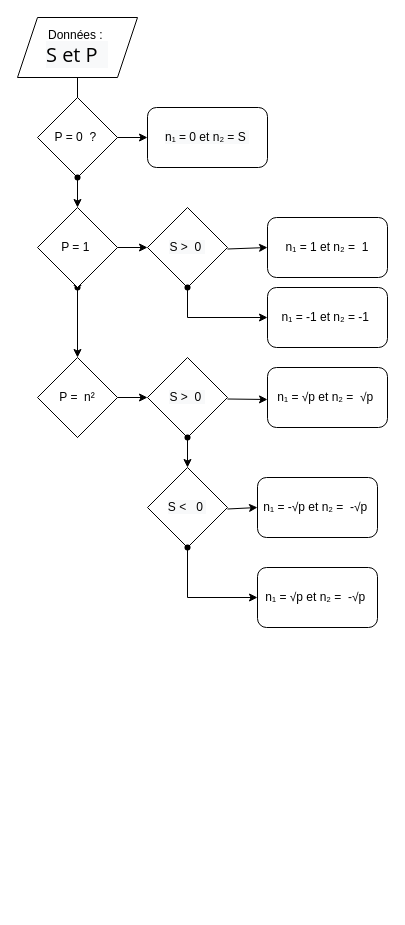
The draw.io diagram Algorithmique/Figures/Deroule.drawio in dhenin/Repository, before the edit. Source tidied: cells renumbered, new cells numbered last; positions are measured from the earlier drawing's top-left corner, leaving out a move shared by most shapes. Both pictures are drawn from the tidied source at 100%, with x=0, y=0 at pixel (17, 17).
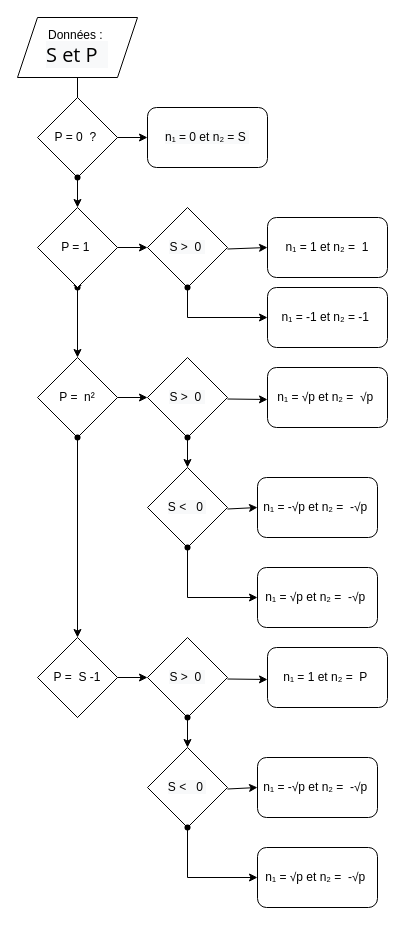
After the change.

Commit message (it also covers changes not shown here):
Mettre à jour Deroule.drawio

What changed in the source:
```diff
@@
+    <mxCell id="35" style="endArrow=classic;html=1;rounded=0;exitDx=0;exitDy=0;" parent="1" edge="1" source="48">
+      <mxGeometry relative="1" as="geometry">
+        <mxPoint x="59.5" y="695" as="targetPoint" />
+        <Array as="points">
+          <mxPoint x="60" y="670" />
+        </Array>
+      </mxGeometry>
+    </mxCell>
+    <mxCell id="36" style="endArrow=classic;html=1;rounded=0;exitX=1;exitY=0.5;exitDx=0;exitDy=0;" parent="1" edge="1" source="48" target="37">
+      <mxGeometry relative="1" as="geometry" />
+    </mxCell>
+    <mxCell id="37" value="&lt;span style=&quot;color: rgb(0, 0, 0); font-family: Helvetica, &amp;quot;VP Default&amp;quot;; font-size: 12px; font-style: normal; font-variant-ligatures: normal; font-variant-caps: normal; font-weight: 400; letter-spacing: normal; orphans: 2; text-align: center; text-indent: 0px; text-transform: none; widows: 2; word-spacing: 0px; -webkit-text-stroke-width: 0px; background-color: rgb(248, 249, 250); text-decoration-thickness: initial; text-decoration-style: initial; text-decoration-color: initial; float: none; display: inline !important;&quot;&gt;S &amp;gt;&amp;nbsp; 0&amp;nbsp;&lt;/span&gt;" style="rhombus;whiteSpace=wrap;html=1;" parent="1" vertex="1">
+      <mxGeometry x="130" y="620" width="80" height="80" as="geometry" />
+    </mxCell>
+    <mxCell id="38" style="shape=waypoint;sketch=0;fillStyle=solid;size=6;fillColor=none;perimeter=centerPerimeter;" parent="1" vertex="1">
+      <mxGeometry x="160" y="690" width="20" height="20" as="geometry" />
+    </mxCell>
+    <mxCell id="39" value="n₁ = 1 et n₂ =&amp;nbsp; P&amp;nbsp;" style="rounded=1;whiteSpace=wrap;html=1;" parent="1" vertex="1">
+      <mxGeometry x="250" y="630" width="120" height="60" as="geometry" />
+    </mxCell>
+    <mxCell id="40" style="endArrow=classic;html=1;rounded=0;exitX=1;exitY=0.5;exitDx=0;exitDy=0;" parent="1" edge="1">
+      <mxGeometry relative="1" as="geometry">
+        <mxPoint x="210" y="661.5" as="sourcePoint" />
+        <mxPoint x="250" y="662" as="targetPoint" />
+      </mxGeometry>
+    </mxCell>
+    <mxCell id="41" value="n₁ = -√p et n₂ =&amp;nbsp; -√p&amp;nbsp;" style="rounded=1;whiteSpace=wrap;html=1;" parent="1" vertex="1">
+      <mxGeometry x="240" y="740" width="120" height="60" as="geometry" />
+    </mxCell>
+    <mxCell id="42" value="&lt;span style=&quot;color: rgb(0, 0, 0); font-family: Helvetica, &amp;quot;VP Default&amp;quot;; font-size: 12px; font-style: normal; font-variant-ligatures: normal; font-variant-caps: normal; font-weight: 400; letter-spacing: normal; orphans: 2; text-align: center; text-indent: 0px; text-transform: none; widows: 2; word-spacing: 0px; -webkit-text-stroke-width: 0px; background-color: rgb(248, 249, 250); text-decoration-thickness: initial; text-decoration-style: initial; text-decoration-color: initial; float: none; display: inline !important;&quot;&gt;S &amp;lt;&amp;nbsp;&amp;nbsp; 0&amp;nbsp;&lt;/span&gt;" style="rhombus;whiteSpace=wrap;html=1;" parent="1" vertex="1">
+      <mxGeometry x="130" y="730" width="80" height="80" as="geometry" />
+    </mxCell>
+    <mxCell id="43" style="shape=waypoint;sketch=0;fillStyle=solid;size=6;fillColor=none;perimeter=centerPerimeter;" parent="1" vertex="1">
+      <mxGeometry x="160" y="800" width="20" height="20" as="geometry" />
+    </mxCell>
+    <mxCell id="44" value="n₁ = √p et n₂ =&amp;nbsp; -√p&amp;nbsp;" style="rounded=1;whiteSpace=wrap;html=1;" parent="1" vertex="1">
+      <mxGeometry x="240" y="830" width="120" height="60" as="geometry" />
+    </mxCell>
+    <mxCell id="45" style="endArrow=classic;html=1;rounded=0;exitX=1;exitY=0.5;exitDx=0;exitDy=0;entryX=0.5;entryY=0;entryDx=0;entryDy=0;" parent="1" edge="1" target="42">
+      <mxGeometry relative="1" as="geometry">
+        <mxPoint x="170" y="700" as="sourcePoint" />
+      </mxGeometry>
+    </mxCell>
+    <mxCell id="46" style="endArrow=classic;html=1;rounded=0;exitX=1;exitY=0.5;exitDx=0;exitDy=0;entryX=0;entryY=0.5;entryDx=0;entryDy=0;" parent="1" edge="1" target="41">
+      <mxGeometry relative="1" as="geometry">
+        <mxPoint x="210" y="771.5" as="sourcePoint" />
+      </mxGeometry>
+    </mxCell>
+    <mxCell id="47" style="endArrow=classic;html=1;rounded=0;exitX=1;exitY=0.5;exitDx=0;exitDy=0;entryX=0;entryY=0.5;entryDx=0;entryDy=0;" parent="1" edge="1" target="44">
+      <mxGeometry relative="1" as="geometry">
+        <mxPoint x="170" y="811.5" as="sourcePoint" />
+        <Array as="points">
+          <mxPoint x="170" y="860" />
+        </Array>
+      </mxGeometry>
+    </mxCell>
+    <mxCell id="48" value="P =&amp;nbsp; S -1" style="rhombus;whiteSpace=wrap;html=1;" parent="1" vertex="1">
+      <mxGeometry x="20" y="620" width="80" height="80" as="geometry" />
+    </mxCell>
+    <mxCell id="49" style="endArrow=classic;html=1;rounded=0;exitDx=0;exitDy=0;entryX=0.5;entryY=0;entryDx=0;entryDy=0;" parent="1" edge="1" source="51" target="48">
+      <mxGeometry relative="1" as="geometry" />
+    </mxCell>
+    <mxCell id="50" style="endArrow=classic;html=1;rounded=0;exitDx=0;exitDy=0;entryDx=0;entryDy=0;" parent="1" edge="1" target="51">
+      <mxGeometry relative="1" as="geometry">
+        <mxPoint x="59.5" y="420" as="sourcePoint" />
+      </mxGeometry>
+    </mxCell>
+    <mxCell id="51" style="shape=waypoint;sketch=0;fillStyle=solid;size=6;points=[];fillColor=none;perimeter=centerPerimeter;snapToPoint=1;" parent="1" vertex="1">
+      <mxGeometry x="50" y="410" width="20" height="20" as="geometry" />
+    </mxCell>
```
